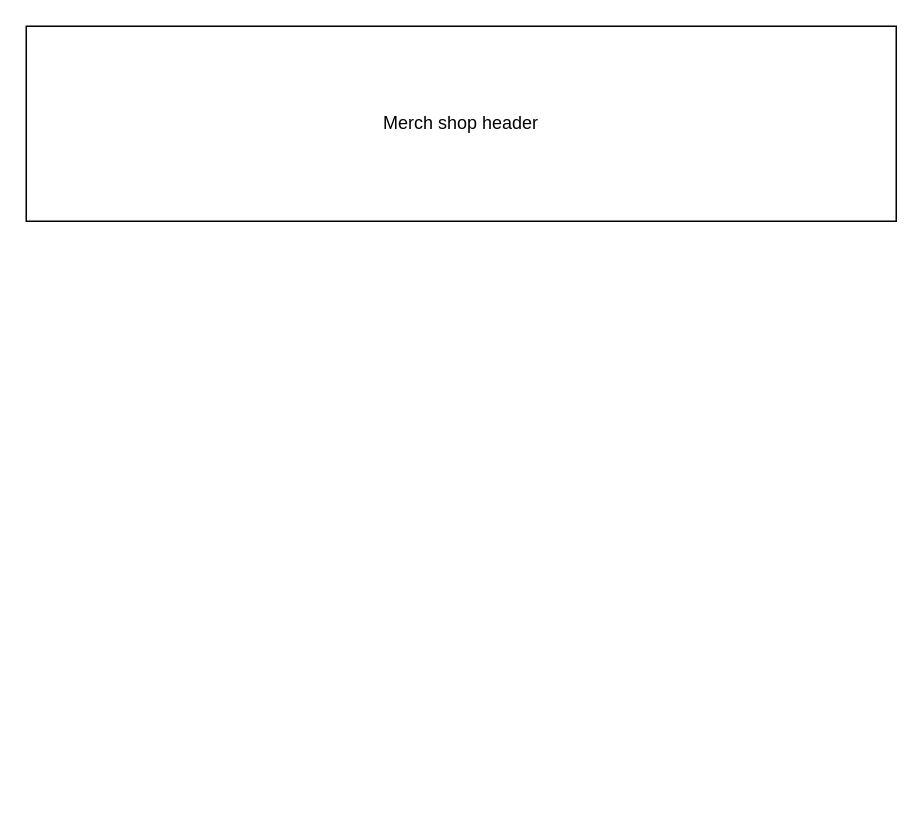
This is Untitled Diagram.drawio from murphynd/merchshop, a draw.io file, before an edit. Source tidied: cells renumbered, new cells numbered last; positions are measured from the earlier drawing's top-left corner, leaving out a move shared by most shapes. Both pictures are drawn from the tidied source at 150%, with x=0, y=0 at pixel (26, 26).
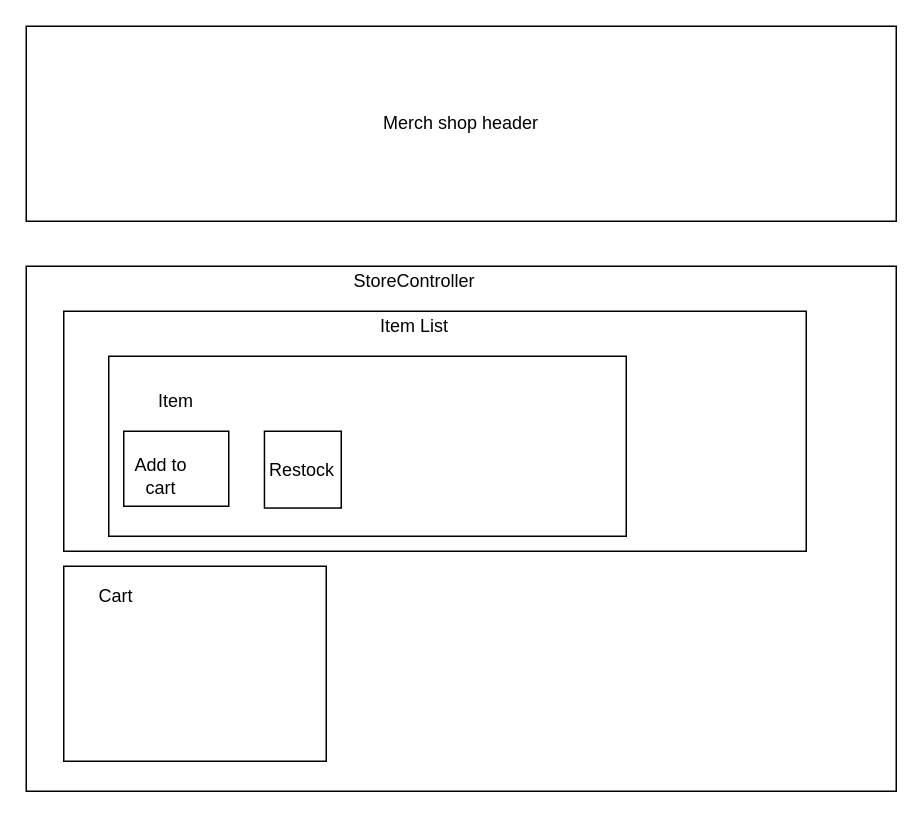
Above is the later version.

Diff of the diagram source:
```diff
@@
 <mxGraphModel>
   <root>
     <mxCell id="0" />
     <mxCell id="1" parent="0" />
     <mxCell id="2" value="Merch shop header" style="rounded=0;whiteSpace=wrap;html=1;" parent="1" vertex="1">
       <mxGeometry width="580" height="130" as="geometry" />
     </mxCell>
+    <mxCell id="3" style="rounded=0;whiteSpace=wrap;html=1;" parent="1" vertex="1">
+      <mxGeometry y="160" width="580" height="350" as="geometry" />
+    </mxCell>
+    <mxCell id="4" value="StoreController" style="text;html=1;strokeColor=none;fillColor=none;align=center;verticalAlign=middle;whiteSpace=wrap;rounded=0;" parent="1" vertex="1">
+      <mxGeometry x="238.8" y="160" width="40" height="20" as="geometry" />
+    </mxCell>
+    <mxCell id="5" style="rounded=0;whiteSpace=wrap;html=1;" parent="1" vertex="1">
+      <mxGeometry x="25" y="190" width="495" height="160" as="geometry" />
+    </mxCell>
+    <mxCell id="6" style="rounded=0;whiteSpace=wrap;html=1;" parent="1" vertex="1">
+      <mxGeometry x="55" y="220" width="345" height="120" as="geometry" />
+    </mxCell>
+    <mxCell id="7" value="Item" style="text;html=1;strokeColor=none;fillColor=none;align=center;verticalAlign=middle;whiteSpace=wrap;rounded=0;" parent="1" vertex="1">
+      <mxGeometry x="80" y="240" width="40" height="20" as="geometry" />
+    </mxCell>
+    <mxCell id="8" value="Item List" style="text;html=1;strokeColor=none;fillColor=none;align=center;verticalAlign=middle;whiteSpace=wrap;rounded=0;" parent="1" vertex="1">
+      <mxGeometry x="180" y="190" width="157.5" height="20" as="geometry" />
+    </mxCell>
+    <mxCell id="9" style="rounded=0;whiteSpace=wrap;html=1;" parent="1" vertex="1">
+      <mxGeometry x="25" y="360" width="175" height="130" as="geometry" />
+    </mxCell>
+    <mxCell id="10" style="rounded=0;whiteSpace=wrap;html=1;" parent="1" vertex="1">
+      <mxGeometry x="65" y="270" width="70" height="50" as="geometry" />
+    </mxCell>
+    <mxCell id="11" style="whiteSpace=wrap;html=1;" parent="1" vertex="1">
+      <mxGeometry x="158.8" y="270" width="51.2" height="51.2" as="geometry" />
+    </mxCell>
+    <mxCell id="12" value="Add to cart" style="text;html=1;strokeColor=none;fillColor=none;align=center;verticalAlign=middle;whiteSpace=wrap;rounded=0;" parent="1" vertex="1">
+      <mxGeometry x="70" y="290" width="40" height="20" as="geometry" />
+    </mxCell>
+    <mxCell id="13" value="Restock" style="text;html=1;strokeColor=none;fillColor=none;align=center;verticalAlign=middle;whiteSpace=wrap;rounded=0;" parent="1" vertex="1">
+      <mxGeometry x="164.4" y="285.6" width="40" height="20" as="geometry" />
+    </mxCell>
+    <mxCell id="14" value="Cart" style="text;html=1;strokeColor=none;fillColor=none;align=center;verticalAlign=middle;whiteSpace=wrap;rounded=0;" parent="1" vertex="1">
+      <mxGeometry x="40" y="370" width="40" height="20" as="geometry" />
+    </mxCell>
   </root>
 </mxGraphModel>
```
